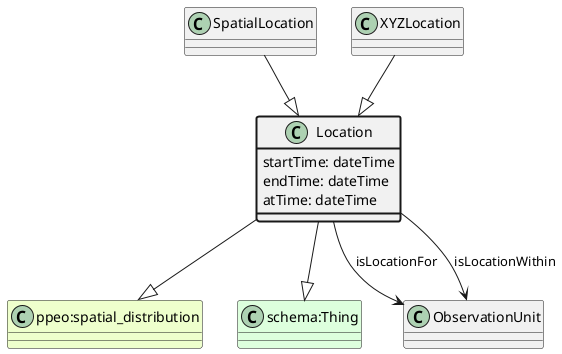
The PlantUML diagram ttl_uml/ttl_appn_Location.png in aus-plant-phenomics-network/appn-schema, before a commit.
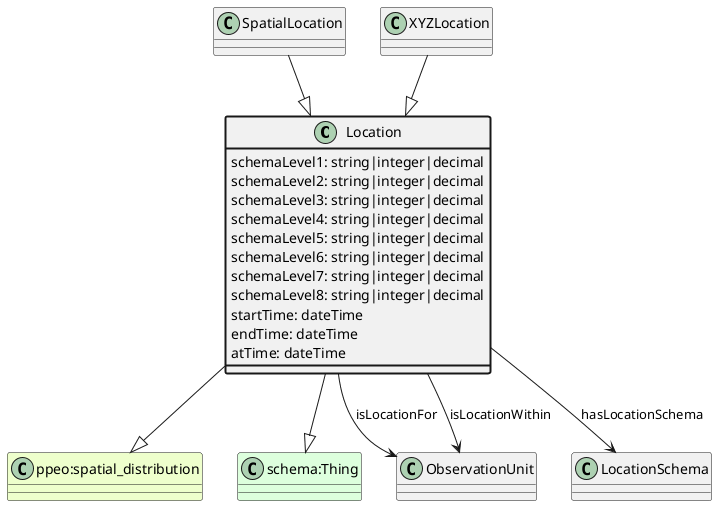
Above is the later version.

Change to the diagram source:
```diff
@@ -8,6 +8,32 @@
 Location --> ObservationUnit : isLocationFor
 class ObservationUnit
 Location --> ObservationUnit : isLocationWithin
+class LocationSchema
+Location --> LocationSchema : hasLocationSchema
+class Location #line.bold {
+    schemaLevel1: string|integer|decimal
+}
+class Location #line.bold {
+    schemaLevel2: string|integer|decimal
+}
+class Location #line.bold {
+    schemaLevel3: string|integer|decimal
+}
+class Location #line.bold {
+    schemaLevel4: string|integer|decimal
+}
+class Location #line.bold {
+    schemaLevel5: string|integer|decimal
+}
+class Location #line.bold {
+    schemaLevel6: string|integer|decimal
+}
+class Location #line.bold {
+    schemaLevel7: string|integer|decimal
+}
+class Location #line.bold {
+    schemaLevel8: string|integer|decimal
+}
 class Location #line.bold {
     startTime: dateTime
 }
```
